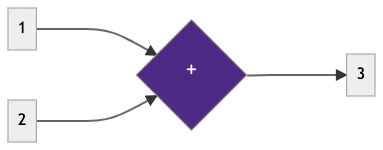
This is assets/diagrams/dataflow_generic.png from bain-cs111/bain-cs111.github.io, a Mermaid export, as it was before one commit. Its source is kept beside it as assets/diagrams/dataflow_generic.mmd.
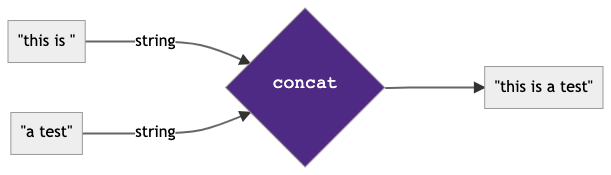
Above is the later version.

Diff of the diagram source:
```diff
@@ -1,7 +1,7 @@
 %%{init: {"theme": "neutral", "logLevel": 1 }}%%
 
 graph LR
-    FIRST["&quot;this is&quot;"]--->|"string"|A{<br><font face=courier size=4 color=white>concat<br>&nbsp}
+    FIRST["&quot;this is &quot;"]--->|"string"|A{<br><font face=courier size=4 color=white>concat<br>&nbsp}
     SECOND["&quot;a test&quot;"]--->|"string" |A
     A ---> Output["&quot;this is a test&quot;"]
 
```
